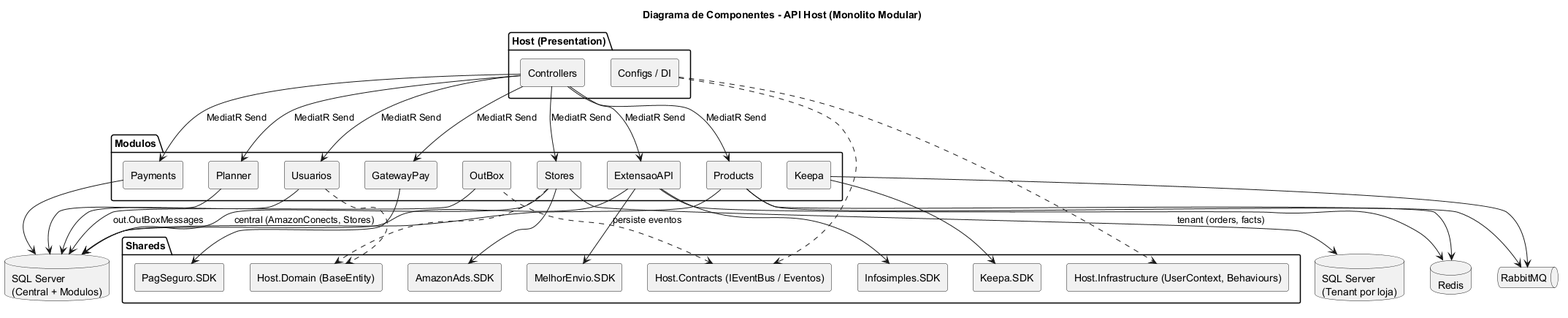
Earlier version of the PlantUML export docs/imagens/componentes.png (MirandaSls/Projeto-Final-PS). Source of this version:
```plantuml
@startuml componentes
title Diagrama de Componentes - API Host (Monolito Modular)
skinparam componentStyle rectangle

package "Host (Presentation)" {
  [Controllers] as CTRL
  [Configs / DI] as CFG
}

package "Shareds" {
  [Host.Domain (BaseEntity)] as SD
  [Host.Contracts (IEventBus / Eventos)] as SC
  [Host.Infrastructure (UserContext, Behaviours)] as SI
  [AmazonAds.SDK] as ADSSDK
  [PagSeguro.SDK] as PGSDK
  [Keepa.SDK] as KPSDK
  [MelhorEnvio.SDK] as MESDK
  [Infosimples.SDK] as INSDK
}

package "Modulos" {
  [Usuarios] as M_USERS
  [Payments] as M_PAY
  [GatewayPay] as M_GW
  [Stores] as M_STORES
  [Products] as M_PROD
  [ExtensaoAPI] as M_EXT
  [Planner] as M_PLAN
  [Keepa] as M_KEEPA
  [OutBox] as M_OUT
}

database "SQL Server\n(Central + Modulos)" as DBC
database "SQL Server\n(Tenant por loja)" as DBT
database "Redis" as REDIS
queue "RabbitMQ" as RMQ

CTRL --> M_USERS : MediatR Send
CTRL --> M_PAY : MediatR Send
CTRL --> M_GW : MediatR Send
CTRL --> M_STORES : MediatR Send
CTRL --> M_PROD : MediatR Send
CTRL --> M_EXT : MediatR Send
CTRL --> M_PLAN : MediatR Send
CFG ..> SI
CFG ..> SC

M_STORES --> ADSSDK
M_GW --> PGSDK
M_KEEPA --> KPSDK
M_EXT --> MESDK
M_EXT --> INSDK

M_USERS --> DBC
M_PAY --> DBC
M_PROD --> DBC
M_EXT --> DBC
M_PLAN --> DBC
M_STORES --> DBC : central (AmazonConects, Stores)
M_STORES --> DBT : tenant (orders, facts)
M_EXT --> REDIS
M_PROD --> REDIS
M_PROD --> RMQ
M_KEEPA --> RMQ

SC <.. M_OUT : persiste eventos
M_OUT --> DBC : out.OutBoxMessages
M_USERS ..> SD
M_STORES ..> SD
@enduml
```
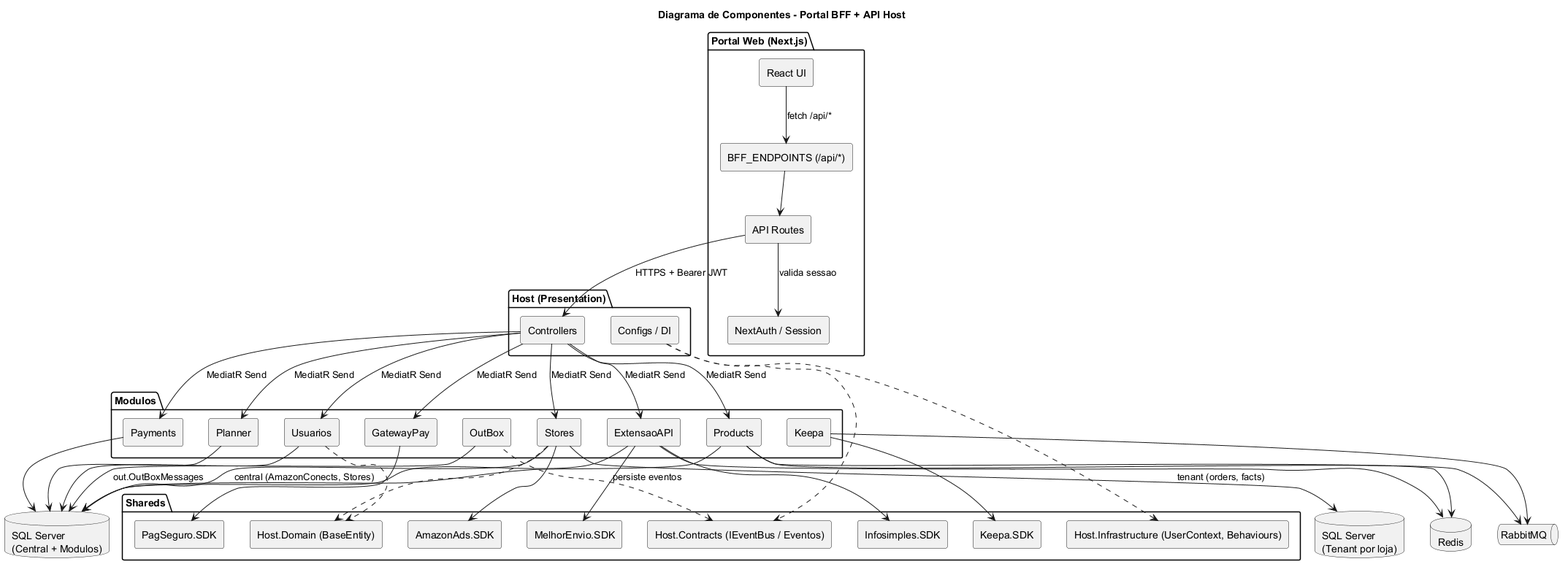
After the change.

Commit message:
docs: modela BFF do portal nos diagramas

Diff of the diagram source:
```diff
@@ -1,6 +1,13 @@
 @startuml componentes
-title Diagrama de Componentes - API Host (Monolito Modular)
+title Diagrama de Componentes - Portal BFF + API Host
 skinparam componentStyle rectangle
+
+package "Portal Web (Next.js)" {
+  [React UI] as P_UI
+  [BFF_ENDPOINTS (/api/*)] as P_ENDPOINTS
+  [API Routes] as P_ROUTES
+  [NextAuth / Session] as P_AUTH
+}
 
 package "Host (Presentation)" {
   [Controllers] as CTRL
@@ -35,6 +42,11 @@
 database "Redis" as REDIS
 queue "RabbitMQ" as RMQ
 
+P_UI --> P_ENDPOINTS : fetch /api/*
+P_ENDPOINTS --> P_ROUTES
+P_ROUTES --> P_AUTH : valida sessao
+P_ROUTES --> CTRL : HTTPS + Bearer JWT
+
 CTRL --> M_USERS : MediatR Send
 CTRL --> M_PAY : MediatR Send
 CTRL --> M_GW : MediatR Send
```
